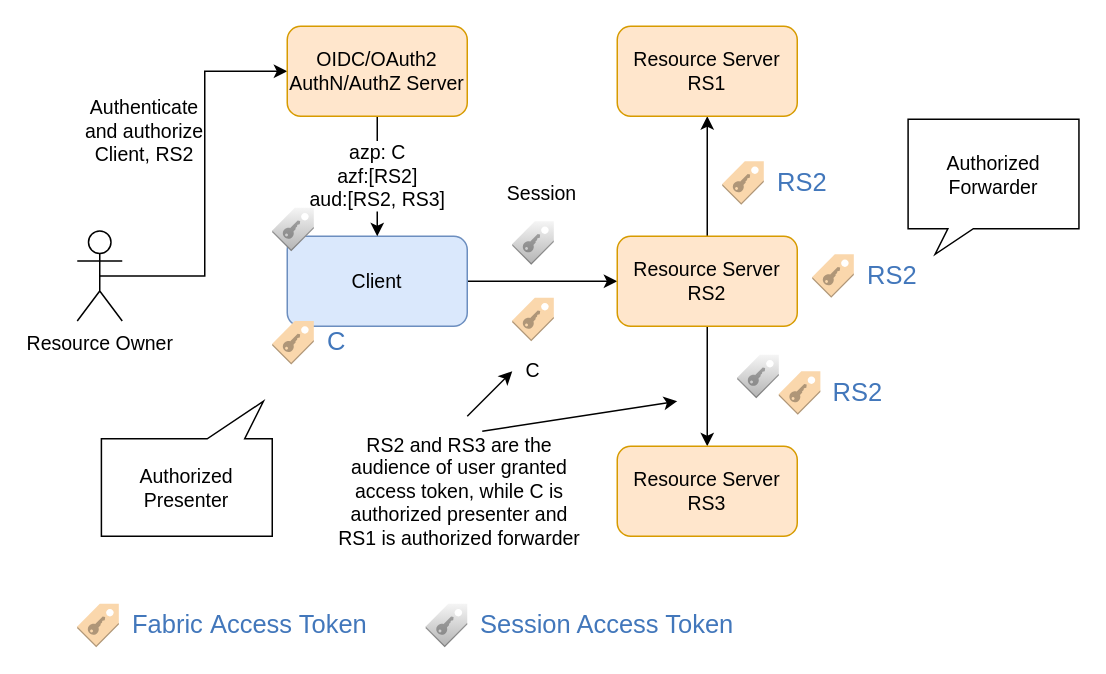
The draw.io diagram page "UserSession" (10 of 14) of media/src/TrustFabric.drawio in eBay/TrustFabric, before the edit. Source tidied: cells renumbered, new cells numbered last; positions are measured from the earlier drawing's top-left corner, leaving out a move shared by most shapes. Both pictures are drawn from the tidied source at 150%, with x=0, y=0 at pixel (76, 26).
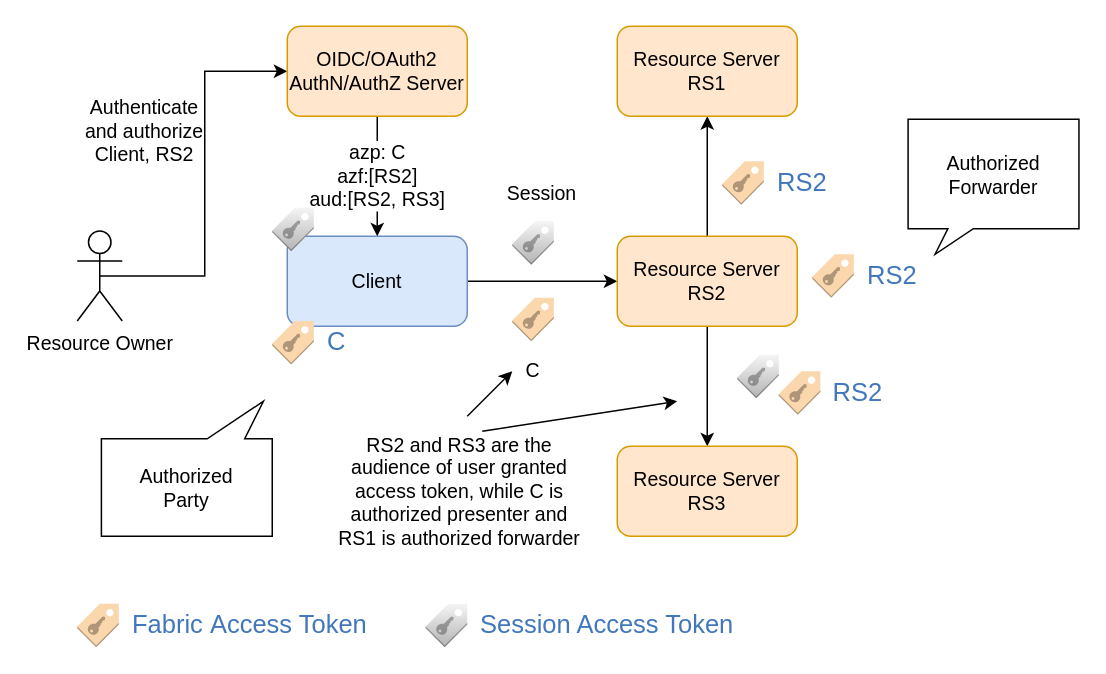
After the change.

Diff of the diagram source:
```diff
@@
-    <mxCell id="30" value="Authorized Presenter" style="whiteSpace=wrap;html=1;shape=mxgraph.basic.rectCallout;dx=30.86;dy=25;boundedLbl=1;fontSize=13;direction=west;" parent="1" vertex="1">
+    <mxCell id="30" value="Authorized &lt;br&gt;Party" style="whiteSpace=wrap;html=1;shape=mxgraph.basic.rectCallout;dx=30.86;dy=25;boundedLbl=1;fontSize=13;direction=west;" parent="1" vertex="1">
       <mxGeometry x="16.1" y="250" width="113.9" height="90" as="geometry" />
     </mxCell>
```
